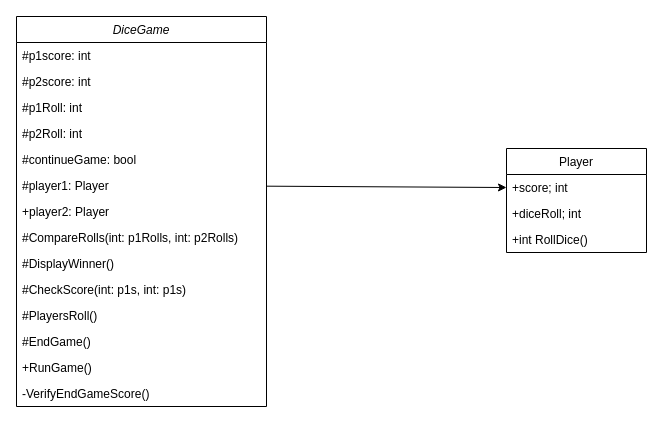
Above: player.drawio in telvinmathews/WarDiceGameCSharpProj (draw.io), before the change. Source tidied: cells renumbered, new cells numbered last; positions are measured from the earlier drawing's top-left corner, leaving out a move shared by most shapes. Both pictures are drawn from the tidied source at 100%, with x=0, y=0 at pixel (16, 16).
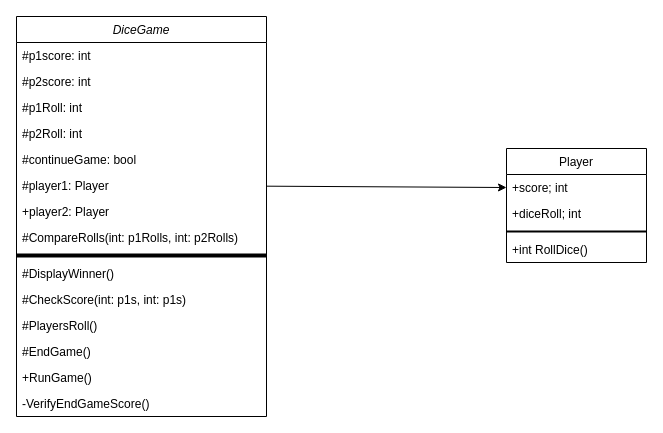
The same page after the edit.

Commit message (it also covers changes not shown here):
uml refactored.

Diff of the diagram source:
```diff
@@
     <mxCell id="2" value="DiceGame" style="swimlane;fontStyle=2;align=center;verticalAlign=top;horizontal=1;startSize=26;rounded=0;shadow=0;strokeWidth=1;" parent="1" vertex="1">
-      <mxGeometry width="250" height="390" as="geometry" />
+      <mxGeometry width="250" height="400" as="geometry" />
     </mxCell>
@@
+    <mxCell id="22" style="line;strokeWidth=4;html=1;perimeter=backbonePerimeter;" parent="2" vertex="1">
+      <mxGeometry y="234" width="250" height="10" as="geometry" />
+    </mxCell>
     <mxCell id="11" value="#DisplayWinner()" style="text;align=left;verticalAlign=top;spacingLeft=4;spacingRight=4;overflow=hidden;rounded=0;shadow=0;html=0;" parent="2" vertex="1">
-      <mxGeometry y="234" width="250" height="26" as="geometry" />
+      <mxGeometry y="244" width="250" height="26" as="geometry" />
     </mxCell>
     <mxCell id="12" value="#CheckScore(int: p1s, int: p1s)" style="text;align=left;verticalAlign=top;spacingLeft=4;spacingRight=4;overflow=hidden;rounded=0;shadow=0;html=0;" parent="2" vertex="1">
-      <mxGeometry y="260" width="250" height="26" as="geometry" />
+      <mxGeometry y="270" width="250" height="26" as="geometry" />
     </mxCell>
     <mxCell id="13" value="#PlayersRoll()" style="text;align=left;verticalAlign=top;spacingLeft=4;spacingRight=4;overflow=hidden;rounded=0;shadow=0;html=0;" parent="2" vertex="1">
-      <mxGeometry y="286" width="250" height="26" as="geometry" />
+      <mxGeometry y="296" width="250" height="26" as="geometry" />
     </mxCell>
     <mxCell id="14" value="#EndGame()" style="text;align=left;verticalAlign=top;spacingLeft=4;spacingRight=4;overflow=hidden;rounded=0;shadow=0;html=0;" parent="2" vertex="1">
-      <mxGeometry y="312" width="250" height="26" as="geometry" />
+      <mxGeometry y="322" width="250" height="26" as="geometry" />
     </mxCell>
     <mxCell id="15" value="+RunGame()" style="text;align=left;verticalAlign=top;spacingLeft=4;spacingRight=4;overflow=hidden;rounded=0;shadow=0;html=0;" parent="2" vertex="1">
-      <mxGeometry y="338" width="250" height="26" as="geometry" />
+      <mxGeometry y="348" width="250" height="26" as="geometry" />
     </mxCell>
     <mxCell id="16" value="-VerifyEndGameScore()" style="text;align=left;verticalAlign=top;spacingLeft=4;spacingRight=4;overflow=hidden;rounded=0;shadow=0;html=0;" parent="2" vertex="1">
-      <mxGeometry y="364" width="250" height="26" as="geometry" />
+      <mxGeometry y="374" width="250" height="26" as="geometry" />
     </mxCell>
     <mxCell id="17" value="Player" style="swimlane;fontStyle=0;horizontal=1;startSize=26;fillColor=none;" parent="1" vertex="1">
-      <mxGeometry x="490" y="132" width="140" height="104" as="geometry" />
+      <mxGeometry x="490" y="132" width="140" height="114" as="geometry" />
     </mxCell>
@@
+    <mxCell id="23" style="line;strokeWidth=2;html=1;" parent="17" vertex="1">
+      <mxGeometry y="78" width="140" height="10" as="geometry" />
+    </mxCell>
     <mxCell id="20" value="+int RollDice()" style="text;strokeColor=none;fillColor=none;align=left;verticalAlign=top;spacingLeft=4;spacingRight=4;overflow=hidden;" parent="17" vertex="1">
-      <mxGeometry y="78" width="140" height="26" as="geometry" />
+      <mxGeometry y="88" width="140" height="26" as="geometry" />
     </mxCell>
```
